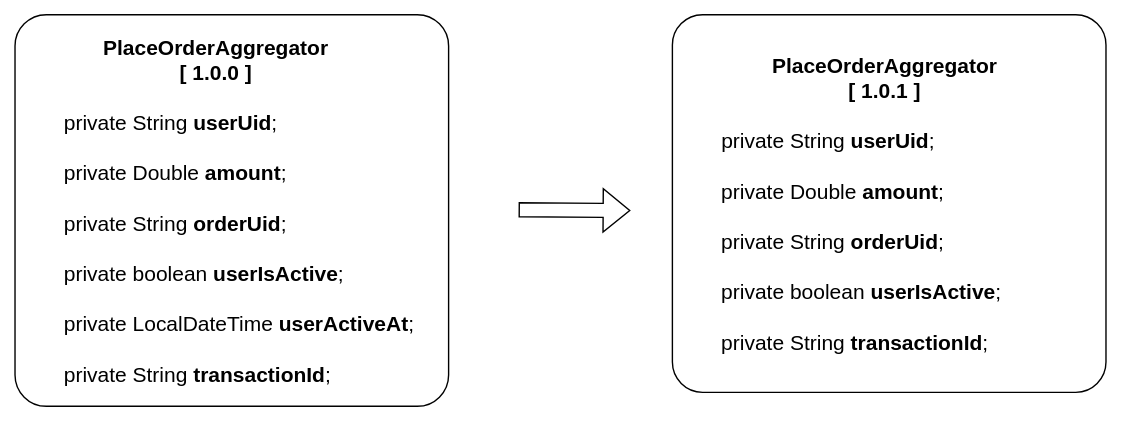
mafei-dev/stacksaga-doc keeps this draw.io diagram as assets/img/1.0/topics/Architecture-Stacksaga-aggregator-version-down-casting.drawio.svg. Above is the earlier version. Source tidied: cells renumbered, new cells last; positions are measured from the earlier drawing's top-left corner, leaving out a move shared by most shapes. The source it was exported from:
```xml
<mxGraphModel>
  <root>
    <mxCell id="0" />
    <mxCell id="1" parent="0" />
    <mxCell id="2" value="&lt;div style=&quot;text-align: center;&quot;&gt;&lt;span style=&quot;font-size: 15px;&quot;&gt;&lt;b&gt;&lt;span style=&quot;white-space: pre;&quot;&gt;&#9;&lt;/span&gt;&lt;span style=&quot;white-space: pre;&quot;&gt;&#9;&lt;/span&gt;PlaceOrderAggregator&lt;/b&gt;&lt;/span&gt;&lt;br&gt;&lt;/div&gt;&lt;div style=&quot;text-align: center;&quot;&gt;&lt;b style=&quot;font-size: 15px;&quot;&gt;&lt;span style=&quot;white-space: pre;&quot;&gt;&#9;&lt;/span&gt;&lt;span style=&quot;white-space: pre;&quot;&gt;&#9;&lt;/span&gt;[ 1.0.1 ]&lt;/b&gt;&lt;br&gt;&lt;/div&gt;&lt;div style=&quot;font-size: 15px;&quot;&gt;&lt;br&gt;&lt;/div&gt;&lt;div style=&quot;font-size: 15px;&quot;&gt;&lt;font style=&quot;font-size: 15px;&quot;&gt;&lt;span style=&quot;&quot;&gt;&#9;&lt;/span&gt;&lt;span style=&quot;&quot;&gt;&#9;&lt;/span&gt;&lt;span style=&quot;&quot;&gt;&#9;&lt;/span&gt;&lt;span style=&quot;white-space: pre;&quot;&gt;&#9;&lt;/span&gt;private String &lt;b&gt;userUid&lt;/b&gt;;&lt;/font&gt;&lt;/div&gt;&lt;div style=&quot;font-size: 15px;&quot;&gt;&lt;font style=&quot;font-size: 15px;&quot;&gt;&lt;br&gt;&lt;/font&gt;&lt;/div&gt;&lt;div style=&quot;font-size: 15px;&quot;&gt;&lt;font style=&quot;font-size: 15px;&quot;&gt;&amp;nbsp; &amp;nbsp; &amp;nbsp; &amp;nbsp; private Double &lt;b&gt;amount&lt;/b&gt;;&lt;/font&gt;&lt;/div&gt;&lt;div style=&quot;font-size: 15px;&quot;&gt;&lt;font style=&quot;font-size: 15px;&quot;&gt;&lt;br&gt;&lt;/font&gt;&lt;/div&gt;&lt;div style=&quot;font-size: 15px;&quot;&gt;&lt;font style=&quot;font-size: 15px;&quot;&gt;&amp;nbsp; &amp;nbsp; &amp;nbsp; &amp;nbsp; private String &lt;b&gt;orderUid&lt;/b&gt;;&lt;/font&gt;&lt;/div&gt;&lt;div style=&quot;font-size: 15px;&quot;&gt;&lt;font style=&quot;font-size: 15px;&quot;&gt;&lt;br&gt;&lt;/font&gt;&lt;/div&gt;&lt;div style=&quot;font-size: 15px;&quot;&gt;&lt;font style=&quot;font-size: 15px;&quot;&gt;&amp;nbsp; &amp;nbsp; &amp;nbsp; &amp;nbsp; private boolean &lt;b&gt;userIsActive&lt;/b&gt;;&lt;/font&gt;&lt;/div&gt;&lt;div style=&quot;font-size: 15px;&quot;&gt;&lt;br&gt;&lt;/div&gt;&lt;div style=&quot;font-size: 15px;&quot;&gt;&lt;font style=&quot;font-size: 15px;&quot;&gt;&amp;nbsp; &amp;nbsp; &amp;nbsp; &amp;nbsp; private String &lt;b&gt;transactionId&lt;/b&gt;;&lt;/font&gt;&lt;/div&gt;" style="rounded=1;whiteSpace=wrap;html=1;align=left;arcSize=8;" parent="1" vertex="1">
      <mxGeometry x="470" width="310" height="270" as="geometry" />
    </mxCell>
    <mxCell id="3" value="&lt;div style=&quot;text-align: center;&quot;&gt;&lt;span style=&quot;font-size: 15px;&quot;&gt;&lt;b&gt;PlaceOrderAggregator&lt;/b&gt;&lt;/span&gt;&lt;br&gt;&lt;/div&gt;&lt;div style=&quot;text-align: center;&quot;&gt;&lt;b style=&quot;font-size: 15px;&quot;&gt;[ 1.0.0 ]&lt;/b&gt;&lt;br&gt;&lt;/div&gt;&lt;div style=&quot;font-size: 15px;&quot;&gt;&lt;br&gt;&lt;/div&gt;&lt;div style=&quot;font-size: 15px;&quot;&gt;&lt;font style=&quot;font-size: 15px;&quot;&gt;&lt;span style=&quot;&quot;&gt;&#9;&lt;/span&gt;&lt;span style=&quot;&quot;&gt;&#9;&lt;/span&gt;&lt;span style=&quot;white-space: pre;&quot;&gt;&#9;&lt;/span&gt;private String &lt;b&gt;userUid&lt;/b&gt;;&lt;/font&gt;&lt;/div&gt;&lt;div style=&quot;font-size: 15px;&quot;&gt;&lt;font style=&quot;font-size: 15px;&quot;&gt;&lt;br&gt;&lt;/font&gt;&lt;/div&gt;&lt;div style=&quot;font-size: 15px;&quot;&gt;&lt;font style=&quot;font-size: 15px;&quot;&gt;&amp;nbsp; &amp;nbsp; &amp;nbsp; &amp;nbsp; private Double &lt;b&gt;amount&lt;/b&gt;;&lt;/font&gt;&lt;/div&gt;&lt;div style=&quot;font-size: 15px;&quot;&gt;&lt;font style=&quot;font-size: 15px;&quot;&gt;&lt;br&gt;&lt;/font&gt;&lt;/div&gt;&lt;div style=&quot;font-size: 15px;&quot;&gt;&lt;font style=&quot;font-size: 15px;&quot;&gt;&amp;nbsp; &amp;nbsp; &amp;nbsp; &amp;nbsp; private String &lt;b&gt;orderUid&lt;/b&gt;;&lt;/font&gt;&lt;/div&gt;&lt;div style=&quot;font-size: 15px;&quot;&gt;&lt;font style=&quot;font-size: 15px;&quot;&gt;&lt;br&gt;&lt;/font&gt;&lt;/div&gt;&lt;div style=&quot;font-size: 15px;&quot;&gt;&lt;font style=&quot;font-size: 15px;&quot;&gt;&amp;nbsp; &amp;nbsp; &amp;nbsp; &amp;nbsp; private boolean &lt;b&gt;userIsActive&lt;/b&gt;;&lt;/font&gt;&lt;/div&gt;&lt;div style=&quot;font-size: 15px;&quot;&gt;&lt;font style=&quot;font-size: 15px;&quot;&gt;&lt;br&gt;&lt;/font&gt;&lt;/div&gt;&lt;div style=&quot;font-size: 15px;&quot;&gt;&lt;font style=&quot;font-size: 15px;&quot;&gt;&amp;nbsp; &amp;nbsp; &amp;nbsp; &amp;nbsp; private LocalDateTime &lt;b&gt;userActiveAt&lt;/b&gt;;&lt;/font&gt;&lt;/div&gt;&lt;div style=&quot;font-size: 15px;&quot;&gt;&lt;font style=&quot;font-size: 15px;&quot;&gt;&lt;br&gt;&lt;/font&gt;&lt;/div&gt;&lt;div style=&quot;font-size: 15px;&quot;&gt;&lt;font style=&quot;font-size: 15px;&quot;&gt;&amp;nbsp; &amp;nbsp; &amp;nbsp; &amp;nbsp; private String &lt;b&gt;transactionId&lt;/b&gt;;&lt;/font&gt;&lt;/div&gt;" style="rounded=1;whiteSpace=wrap;html=1;align=left;arcSize=8;" parent="1" vertex="1">
      <mxGeometry width="310" height="280" as="geometry" />
    </mxCell>
    <mxCell id="4" style="shape=flexArrow;endArrow=classic;html=1;rounded=0;fontSize=15;fontColor=#00FF00;" parent="1" edge="1">
      <mxGeometry relative="1" as="geometry">
        <mxPoint x="360" y="139.5" as="sourcePoint" />
        <mxPoint x="440" y="140" as="targetPoint" />
      </mxGeometry>
    </mxCell>
  </root>
</mxGraphModel>
```
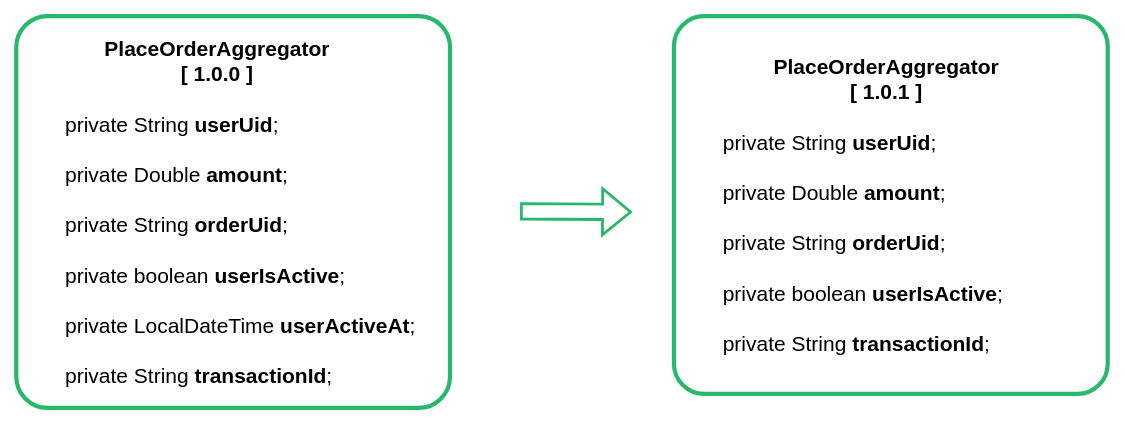
After the commit.

What changed in the source:
```diff
@@ -2,13 +2,13 @@
   <root>
     <mxCell id="0" />
     <mxCell id="1" parent="0" />
-    <mxCell id="2" value="&lt;div style=&quot;text-align: center;&quot;&gt;&lt;span style=&quot;font-size: 15px;&quot;&gt;&lt;b&gt;&lt;span style=&quot;white-space: pre;&quot;&gt;&#9;&lt;/span&gt;&lt;span style=&quot;white-space: pre;&quot;&gt;&#9;&lt;/span&gt;PlaceOrderAggregator&lt;/b&gt;&lt;/span&gt;&lt;br&gt;&lt;/div&gt;&lt;div style=&quot;text-align: center;&quot;&gt;&lt;b style=&quot;font-size: 15px;&quot;&gt;&lt;span style=&quot;white-space: pre;&quot;&gt;&#9;&lt;/span&gt;&lt;span style=&quot;white-space: pre;&quot;&gt;&#9;&lt;/span&gt;[ 1.0.1 ]&lt;/b&gt;&lt;br&gt;&lt;/div&gt;&lt;div style=&quot;font-size: 15px;&quot;&gt;&lt;br&gt;&lt;/div&gt;&lt;div style=&quot;font-size: 15px;&quot;&gt;&lt;font style=&quot;font-size: 15px;&quot;&gt;&lt;span style=&quot;&quot;&gt;&#9;&lt;/span&gt;&lt;span style=&quot;&quot;&gt;&#9;&lt;/span&gt;&lt;span style=&quot;&quot;&gt;&#9;&lt;/span&gt;&lt;span style=&quot;white-space: pre;&quot;&gt;&#9;&lt;/span&gt;private String &lt;b&gt;userUid&lt;/b&gt;;&lt;/font&gt;&lt;/div&gt;&lt;div style=&quot;font-size: 15px;&quot;&gt;&lt;font style=&quot;font-size: 15px;&quot;&gt;&lt;br&gt;&lt;/font&gt;&lt;/div&gt;&lt;div style=&quot;font-size: 15px;&quot;&gt;&lt;font style=&quot;font-size: 15px;&quot;&gt;&amp;nbsp; &amp;nbsp; &amp;nbsp; &amp;nbsp; private Double &lt;b&gt;amount&lt;/b&gt;;&lt;/font&gt;&lt;/div&gt;&lt;div style=&quot;font-size: 15px;&quot;&gt;&lt;font style=&quot;font-size: 15px;&quot;&gt;&lt;br&gt;&lt;/font&gt;&lt;/div&gt;&lt;div style=&quot;font-size: 15px;&quot;&gt;&lt;font style=&quot;font-size: 15px;&quot;&gt;&amp;nbsp; &amp;nbsp; &amp;nbsp; &amp;nbsp; private String &lt;b&gt;orderUid&lt;/b&gt;;&lt;/font&gt;&lt;/div&gt;&lt;div style=&quot;font-size: 15px;&quot;&gt;&lt;font style=&quot;font-size: 15px;&quot;&gt;&lt;br&gt;&lt;/font&gt;&lt;/div&gt;&lt;div style=&quot;font-size: 15px;&quot;&gt;&lt;font style=&quot;font-size: 15px;&quot;&gt;&amp;nbsp; &amp;nbsp; &amp;nbsp; &amp;nbsp; private boolean &lt;b&gt;userIsActive&lt;/b&gt;;&lt;/font&gt;&lt;/div&gt;&lt;div style=&quot;font-size: 15px;&quot;&gt;&lt;br&gt;&lt;/div&gt;&lt;div style=&quot;font-size: 15px;&quot;&gt;&lt;font style=&quot;font-size: 15px;&quot;&gt;&amp;nbsp; &amp;nbsp; &amp;nbsp; &amp;nbsp; private String &lt;b&gt;transactionId&lt;/b&gt;;&lt;/font&gt;&lt;/div&gt;" style="rounded=1;whiteSpace=wrap;html=1;align=left;arcSize=8;" parent="1" vertex="1">
+    <mxCell id="2" value="&lt;div style=&quot;text-align: center;&quot;&gt;&lt;span style=&quot;font-size: 15px;&quot;&gt;&lt;b&gt;&lt;span style=&quot;white-space: pre;&quot;&gt;&#9;&lt;/span&gt;&lt;span style=&quot;white-space: pre;&quot;&gt;&#9;&lt;/span&gt;PlaceOrderAggregator&lt;/b&gt;&lt;/span&gt;&lt;br&gt;&lt;/div&gt;&lt;div style=&quot;text-align: center;&quot;&gt;&lt;b style=&quot;font-size: 15px;&quot;&gt;&lt;span style=&quot;white-space: pre;&quot;&gt;&#9;&lt;/span&gt;&lt;span style=&quot;white-space: pre;&quot;&gt;&#9;&lt;/span&gt;[ 1.0.1 ]&lt;/b&gt;&lt;br&gt;&lt;/div&gt;&lt;div style=&quot;font-size: 15px;&quot;&gt;&lt;br&gt;&lt;/div&gt;&lt;div style=&quot;font-size: 15px;&quot;&gt;&lt;font style=&quot;font-size: 15px;&quot;&gt;&lt;span style=&quot;&quot;&gt;&#9;&lt;/span&gt;&lt;span style=&quot;&quot;&gt;&#9;&lt;/span&gt;&lt;span style=&quot;&quot;&gt;&#9;&lt;/span&gt;&lt;span style=&quot;white-space: pre;&quot;&gt;&#9;&lt;/span&gt;private String &lt;b&gt;userUid&lt;/b&gt;;&lt;/font&gt;&lt;/div&gt;&lt;div style=&quot;font-size: 15px;&quot;&gt;&lt;font style=&quot;font-size: 15px;&quot;&gt;&lt;br&gt;&lt;/font&gt;&lt;/div&gt;&lt;div style=&quot;font-size: 15px;&quot;&gt;&lt;font style=&quot;font-size: 15px;&quot;&gt;&amp;nbsp; &amp;nbsp; &amp;nbsp; &amp;nbsp; private Double &lt;b&gt;amount&lt;/b&gt;;&lt;/font&gt;&lt;/div&gt;&lt;div style=&quot;font-size: 15px;&quot;&gt;&lt;font style=&quot;font-size: 15px;&quot;&gt;&lt;br&gt;&lt;/font&gt;&lt;/div&gt;&lt;div style=&quot;font-size: 15px;&quot;&gt;&lt;font style=&quot;font-size: 15px;&quot;&gt;&amp;nbsp; &amp;nbsp; &amp;nbsp; &amp;nbsp; private String &lt;b&gt;orderUid&lt;/b&gt;;&lt;/font&gt;&lt;/div&gt;&lt;div style=&quot;font-size: 15px;&quot;&gt;&lt;font style=&quot;font-size: 15px;&quot;&gt;&lt;br&gt;&lt;/font&gt;&lt;/div&gt;&lt;div style=&quot;font-size: 15px;&quot;&gt;&lt;font style=&quot;font-size: 15px;&quot;&gt;&amp;nbsp; &amp;nbsp; &amp;nbsp; &amp;nbsp; private boolean &lt;b&gt;userIsActive&lt;/b&gt;;&lt;/font&gt;&lt;/div&gt;&lt;div style=&quot;font-size: 15px;&quot;&gt;&lt;br&gt;&lt;/div&gt;&lt;div style=&quot;font-size: 15px;&quot;&gt;&lt;font style=&quot;font-size: 15px;&quot;&gt;&amp;nbsp; &amp;nbsp; &amp;nbsp; &amp;nbsp; private String &lt;b&gt;transactionId&lt;/b&gt;;&lt;/font&gt;&lt;/div&gt;" style="rounded=1;whiteSpace=wrap;html=1;align=left;arcSize=8;strokeColor=#28B86C;strokeWidth=3;" parent="1" vertex="1">
       <mxGeometry x="470" width="310" height="270" as="geometry" />
     </mxCell>
-    <mxCell id="3" value="&lt;div style=&quot;text-align: center;&quot;&gt;&lt;span style=&quot;font-size: 15px;&quot;&gt;&lt;b&gt;PlaceOrderAggregator&lt;/b&gt;&lt;/span&gt;&lt;br&gt;&lt;/div&gt;&lt;div style=&quot;text-align: center;&quot;&gt;&lt;b style=&quot;font-size: 15px;&quot;&gt;[ 1.0.0 ]&lt;/b&gt;&lt;br&gt;&lt;/div&gt;&lt;div style=&quot;font-size: 15px;&quot;&gt;&lt;br&gt;&lt;/div&gt;&lt;div style=&quot;font-size: 15px;&quot;&gt;&lt;font style=&quot;font-size: 15px;&quot;&gt;&lt;span style=&quot;&quot;&gt;&#9;&lt;/span&gt;&lt;span style=&quot;&quot;&gt;&#9;&lt;/span&gt;&lt;span style=&quot;white-space: pre;&quot;&gt;&#9;&lt;/span&gt;private String &lt;b&gt;userUid&lt;/b&gt;;&lt;/font&gt;&lt;/div&gt;&lt;div style=&quot;font-size: 15px;&quot;&gt;&lt;font style=&quot;font-size: 15px;&quot;&gt;&lt;br&gt;&lt;/font&gt;&lt;/div&gt;&lt;div style=&quot;font-size: 15px;&quot;&gt;&lt;font style=&quot;font-size: 15px;&quot;&gt;&amp;nbsp; &amp;nbsp; &amp;nbsp; &amp;nbsp; private Double &lt;b&gt;amount&lt;/b&gt;;&lt;/font&gt;&lt;/div&gt;&lt;div style=&quot;font-size: 15px;&quot;&gt;&lt;font style=&quot;font-size: 15px;&quot;&gt;&lt;br&gt;&lt;/font&gt;&lt;/div&gt;&lt;div style=&quot;font-size: 15px;&quot;&gt;&lt;font style=&quot;font-size: 15px;&quot;&gt;&amp;nbsp; &amp;nbsp; &amp;nbsp; &amp;nbsp; private String &lt;b&gt;orderUid&lt;/b&gt;;&lt;/font&gt;&lt;/div&gt;&lt;div style=&quot;font-size: 15px;&quot;&gt;&lt;font style=&quot;font-size: 15px;&quot;&gt;&lt;br&gt;&lt;/font&gt;&lt;/div&gt;&lt;div style=&quot;font-size: 15px;&quot;&gt;&lt;font style=&quot;font-size: 15px;&quot;&gt;&amp;nbsp; &amp;nbsp; &amp;nbsp; &amp;nbsp; private boolean &lt;b&gt;userIsActive&lt;/b&gt;;&lt;/font&gt;&lt;/div&gt;&lt;div style=&quot;font-size: 15px;&quot;&gt;&lt;font style=&quot;font-size: 15px;&quot;&gt;&lt;br&gt;&lt;/font&gt;&lt;/div&gt;&lt;div style=&quot;font-size: 15px;&quot;&gt;&lt;font style=&quot;font-size: 15px;&quot;&gt;&amp;nbsp; &amp;nbsp; &amp;nbsp; &amp;nbsp; private LocalDateTime &lt;b&gt;userActiveAt&lt;/b&gt;;&lt;/font&gt;&lt;/div&gt;&lt;div style=&quot;font-size: 15px;&quot;&gt;&lt;font style=&quot;font-size: 15px;&quot;&gt;&lt;br&gt;&lt;/font&gt;&lt;/div&gt;&lt;div style=&quot;font-size: 15px;&quot;&gt;&lt;font style=&quot;font-size: 15px;&quot;&gt;&amp;nbsp; &amp;nbsp; &amp;nbsp; &amp;nbsp; private String &lt;b&gt;transactionId&lt;/b&gt;;&lt;/font&gt;&lt;/div&gt;" style="rounded=1;whiteSpace=wrap;html=1;align=left;arcSize=8;" parent="1" vertex="1">
+    <mxCell id="3" value="&lt;div style=&quot;text-align: center;&quot;&gt;&lt;span style=&quot;font-size: 15px;&quot;&gt;&lt;b&gt;PlaceOrderAggregator&lt;/b&gt;&lt;/span&gt;&lt;br&gt;&lt;/div&gt;&lt;div style=&quot;text-align: center;&quot;&gt;&lt;b style=&quot;font-size: 15px;&quot;&gt;[ 1.0.0 ]&lt;/b&gt;&lt;br&gt;&lt;/div&gt;&lt;div style=&quot;font-size: 15px;&quot;&gt;&lt;br&gt;&lt;/div&gt;&lt;div style=&quot;font-size: 15px;&quot;&gt;&lt;font style=&quot;font-size: 15px;&quot;&gt;&lt;span style=&quot;&quot;&gt;&#9;&lt;/span&gt;&lt;span style=&quot;&quot;&gt;&#9;&lt;/span&gt;&lt;span style=&quot;white-space: pre;&quot;&gt;&#9;&lt;/span&gt;private String &lt;b&gt;userUid&lt;/b&gt;;&lt;/font&gt;&lt;/div&gt;&lt;div style=&quot;font-size: 15px;&quot;&gt;&lt;font style=&quot;font-size: 15px;&quot;&gt;&lt;br&gt;&lt;/font&gt;&lt;/div&gt;&lt;div style=&quot;font-size: 15px;&quot;&gt;&lt;font style=&quot;font-size: 15px;&quot;&gt;&amp;nbsp; &amp;nbsp; &amp;nbsp; &amp;nbsp; private Double &lt;b&gt;amount&lt;/b&gt;;&lt;/font&gt;&lt;/div&gt;&lt;div style=&quot;font-size: 15px;&quot;&gt;&lt;font style=&quot;font-size: 15px;&quot;&gt;&lt;br&gt;&lt;/font&gt;&lt;/div&gt;&lt;div style=&quot;font-size: 15px;&quot;&gt;&lt;font style=&quot;font-size: 15px;&quot;&gt;&amp;nbsp; &amp;nbsp; &amp;nbsp; &amp;nbsp; private String &lt;b&gt;orderUid&lt;/b&gt;;&lt;/font&gt;&lt;/div&gt;&lt;div style=&quot;font-size: 15px;&quot;&gt;&lt;font style=&quot;font-size: 15px;&quot;&gt;&lt;br&gt;&lt;/font&gt;&lt;/div&gt;&lt;div style=&quot;font-size: 15px;&quot;&gt;&lt;font style=&quot;font-size: 15px;&quot;&gt;&amp;nbsp; &amp;nbsp; &amp;nbsp; &amp;nbsp; private boolean &lt;b&gt;userIsActive&lt;/b&gt;;&lt;/font&gt;&lt;/div&gt;&lt;div style=&quot;font-size: 15px;&quot;&gt;&lt;font style=&quot;font-size: 15px;&quot;&gt;&lt;br&gt;&lt;/font&gt;&lt;/div&gt;&lt;div style=&quot;font-size: 15px;&quot;&gt;&lt;font style=&quot;font-size: 15px;&quot;&gt;&amp;nbsp; &amp;nbsp; &amp;nbsp; &amp;nbsp; private LocalDateTime &lt;b&gt;userActiveAt&lt;/b&gt;;&lt;/font&gt;&lt;/div&gt;&lt;div style=&quot;font-size: 15px;&quot;&gt;&lt;font style=&quot;font-size: 15px;&quot;&gt;&lt;br&gt;&lt;/font&gt;&lt;/div&gt;&lt;div style=&quot;font-size: 15px;&quot;&gt;&lt;font style=&quot;font-size: 15px;&quot;&gt;&amp;nbsp; &amp;nbsp; &amp;nbsp; &amp;nbsp; private String &lt;b&gt;transactionId&lt;/b&gt;;&lt;/font&gt;&lt;/div&gt;" style="rounded=1;whiteSpace=wrap;html=1;align=left;arcSize=8;strokeColor=#28B86C;strokeWidth=3;" parent="1" vertex="1">
       <mxGeometry width="310" height="280" as="geometry" />
     </mxCell>
-    <mxCell id="4" style="shape=flexArrow;endArrow=classic;html=1;rounded=0;fontSize=15;fontColor=#00FF00;" parent="1" edge="1">
+    <mxCell id="4" style="shape=flexArrow;endArrow=classic;html=1;rounded=0;fontSize=15;fontColor=#00FF00;strokeWidth=2;strokeColor=#28B86C;" parent="1" edge="1">
       <mxGeometry relative="1" as="geometry">
         <mxPoint x="360" y="139.5" as="sourcePoint" />
         <mxPoint x="440" y="140" as="targetPoint" />
```
